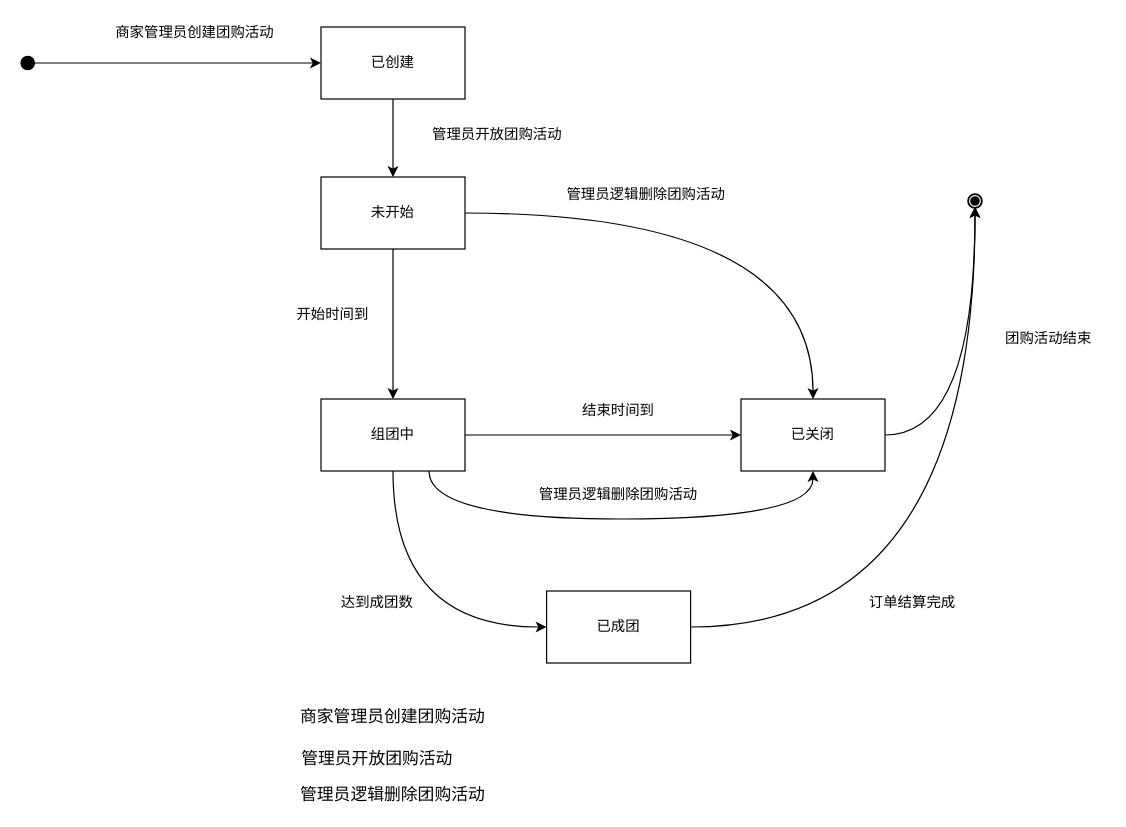
This is OOAD讨论课/商品模块状态设计之团购子模块.drawio from app1echip/grams, a draw.io file, before an edit. Source tidied: cells renumbered, new cells numbered last; positions are measured from the earlier drawing's top-left corner, leaving out a move shared by most shapes. Both pictures are drawn from the tidied source at 120%, with x=0, y=0 at pixel (20, 20).
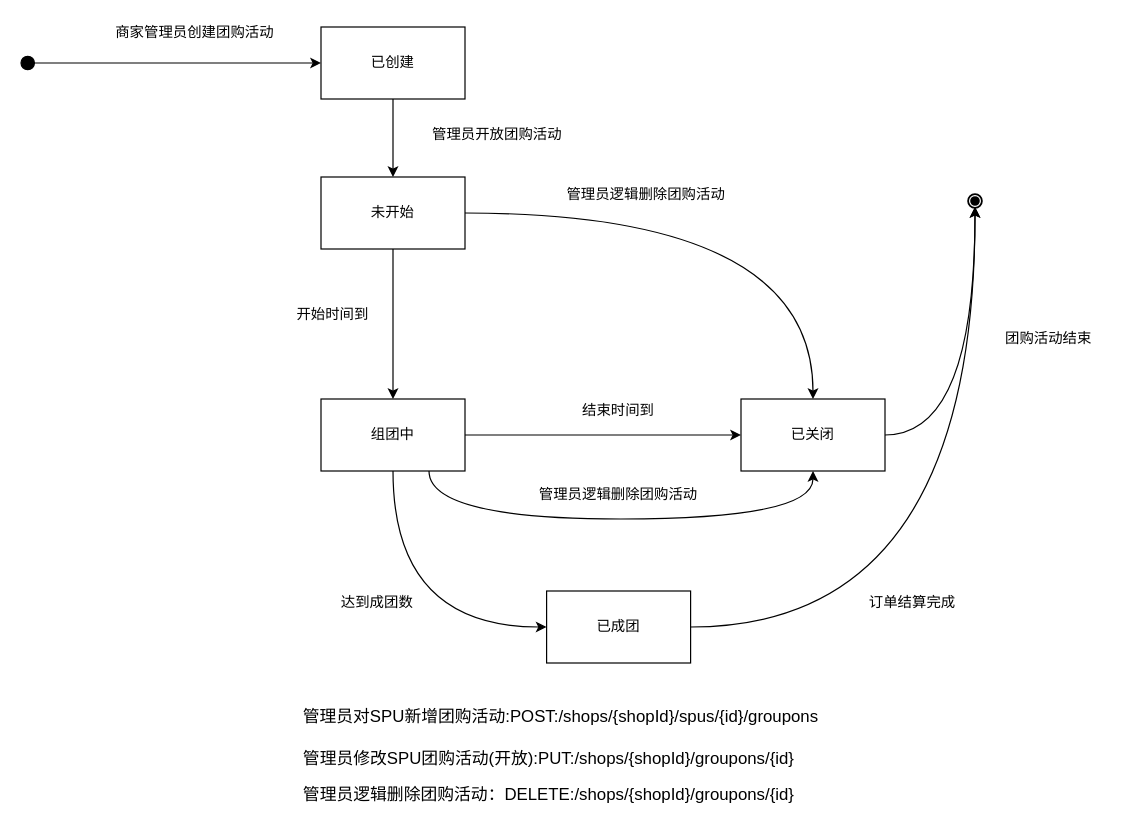
After the change.

Commit message:
Update 商品模块状态设计之团购子模块.drawio

What changed in the source:
```diff
@@
-    <mxCell id="23" value="&lt;font style=&quot;font-size: 14px&quot;&gt;商家管理员创建团购活动&lt;/font&gt;" style="text;html=1;strokeColor=none;fillColor=none;align=center;verticalAlign=middle;whiteSpace=wrap;rounded=0;shadow=0;" parent="1" vertex="1">
-      <mxGeometry x="155" y="570" width="310" height="20" as="geometry" />
+    <mxCell id="23" value="&lt;font style=&quot;font-size: 14px&quot;&gt;&lt;span&gt;&lt;span&gt;管理员对SPU新增团购活动&lt;/span&gt;&lt;/span&gt;:POST:/shops/{shopId}/spus/{id}/groupons&lt;/font&gt;" style="text;html=1;strokeColor=none;fillColor=none;align=center;verticalAlign=middle;whiteSpace=wrap;rounded=0;shadow=0;" parent="1" vertex="1">
+      <mxGeometry x="230" y="570" width="440" height="20" as="geometry" />
     </mxCell>
-    <mxCell id="24" value="&lt;font style=&quot;font-size: 14px&quot;&gt;管理员开放团购活动&lt;/font&gt;" style="text;html=1;strokeColor=none;fillColor=none;align=center;verticalAlign=middle;whiteSpace=wrap;rounded=0;" parent="1" vertex="1">
-      <mxGeometry x="112" y="605" width="370" height="20" as="geometry" />
+    <mxCell id="24" value="&lt;font style=&quot;font-size: 14px&quot;&gt;&lt;span&gt;&lt;span&gt;&lt;span class=&quot;opblock-summary-method&quot;&gt;&lt;/span&gt;&lt;span class=&quot;opblock-summary-path&quot;&gt;&lt;a class=&quot;nostyle&quot;&gt;&lt;span&gt;&lt;/span&gt;&lt;/a&gt;&lt;/span&gt;&lt;/span&gt;&lt;/span&gt;&lt;span&gt;&lt;span&gt;&lt;span class=&quot;opblock-summary-path&quot;&gt;&lt;a class=&quot;nostyle&quot;&gt;&lt;span&gt;&lt;span&gt;&lt;span&gt;&lt;span class=&quot;opblock-summary-path&quot;&gt;&lt;/span&gt;&lt;/span&gt;&lt;/span&gt;&lt;/span&gt;&lt;/a&gt;&lt;a class=&quot;nostyle&quot;&gt;&lt;span&gt;&lt;/span&gt;&lt;/a&gt;&lt;/span&gt;&lt;/span&gt;&lt;/span&gt;&lt;span&gt;&lt;span&gt;管理员修改SPU团购活动(开放):PUT:&lt;/span&gt;&lt;/span&gt;/shops/{shopId}/groupons/{id}&lt;span&gt;&lt;span&gt;&lt;/span&gt;&lt;/span&gt;&lt;span&gt;&lt;span&gt;&lt;/span&gt;&lt;/span&gt;&lt;span&gt;&lt;span&gt;&lt;span class=&quot;opblock-summary-path&quot;&gt;&lt;/span&gt;&lt;/span&gt;&lt;/span&gt;&lt;span&gt;&lt;span&gt;&lt;span class=&quot;opblock-summary-path&quot;&gt;&lt;/span&gt;&lt;/span&gt;&lt;/span&gt;&lt;span&gt;&lt;span&gt;&lt;span class=&quot;opblock-summary-path&quot;&gt;&lt;/span&gt;&lt;/span&gt;&lt;/span&gt;&lt;/font&gt;" style="text;html=1;strokeColor=none;fillColor=none;align=center;verticalAlign=middle;whiteSpace=wrap;rounded=0;" parent="1" vertex="1">
+      <mxGeometry x="230" y="605" width="420" height="20" as="geometry" />
     </mxCell>
-    <mxCell id="25" value="&lt;font style=&quot;font-size: 14px&quot;&gt;管理员逻辑删除团购活动&lt;/font&gt;" style="text;html=1;strokeColor=none;fillColor=none;align=center;verticalAlign=middle;whiteSpace=wrap;rounded=0;shadow=0;" parent="1" vertex="1">
-      <mxGeometry x="100" y="635" width="420" height="20" as="geometry" />
+    <mxCell id="25" value="&lt;font style=&quot;font-size: 14px&quot;&gt;管理员逻辑删除团购活动：DELETE:/shops/{shopId}/groupons/{id}&lt;/font&gt;" style="text;html=1;strokeColor=none;fillColor=none;align=center;verticalAlign=middle;whiteSpace=wrap;rounded=0;shadow=0;" parent="1" vertex="1">
+      <mxGeometry x="230" y="635" width="420" height="20" as="geometry" />
     </mxCell>
```
